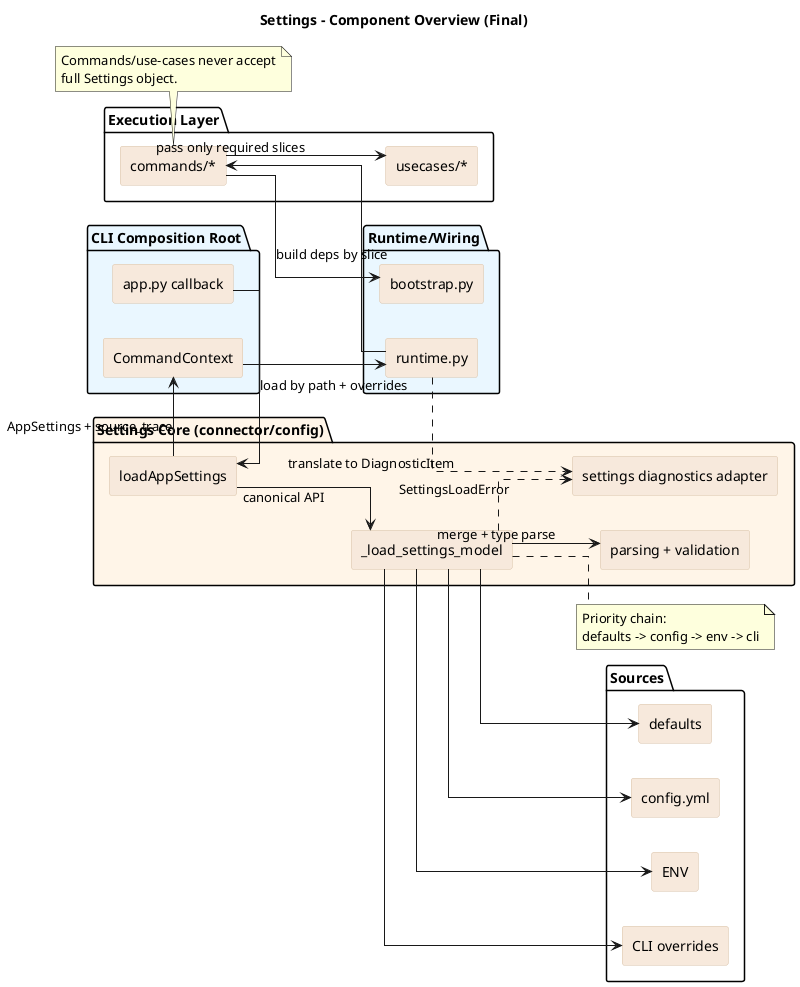
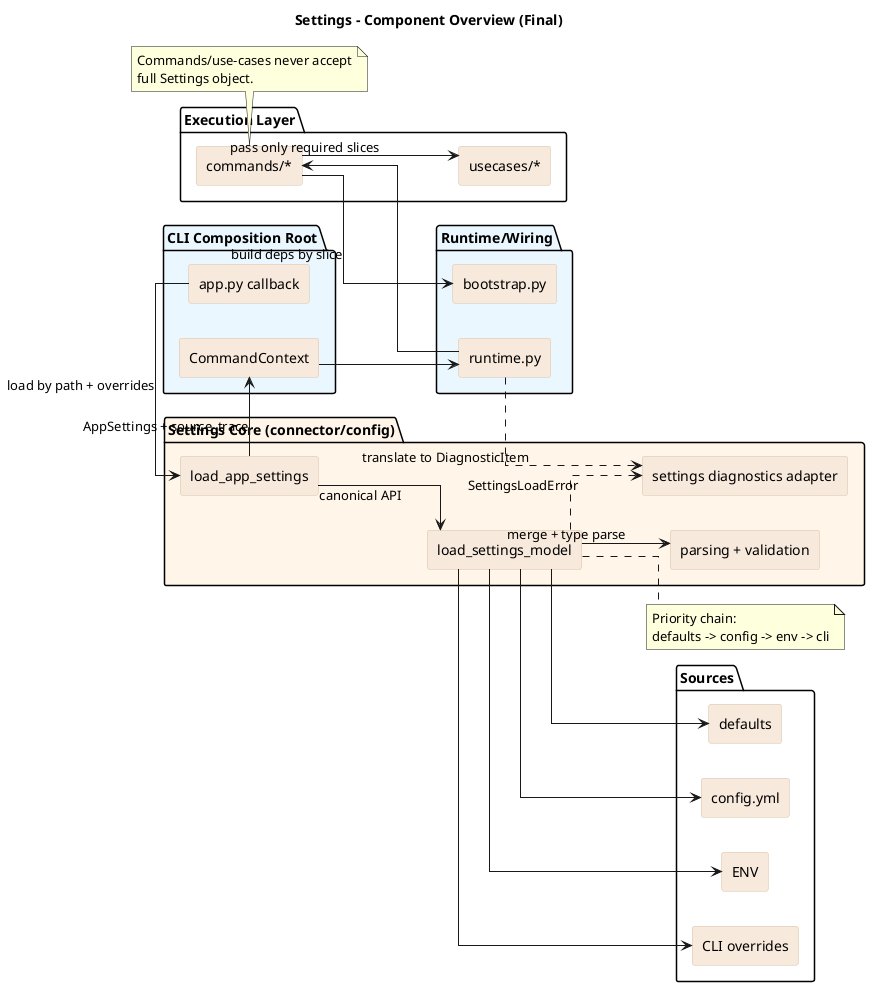
@startuml
title Settings - Component Overview (Final)

left to right direction
skinparam backgroundColor white
skinparam componentStyle rectangle
skinparam defaultFontName Arial
skinparam linetype ortho
skinparam component {
  BackgroundColor #f7e9dc
  BorderColor #d9c2a8
}

package "CLI Composition Root" #EAF7FF {
  [app.py callback] as AppMain
  [CommandContext] as CommandCtx
}

package "Settings Core (connector/config)" #FFF5E8 {
-   [loadAppSettings] as LoadApp
-   [_load_settings_model] as LoadModel
+   [load_app_settings] as LoadApp
+   [load_settings_model] as LoadModel
  [parsing + validation] as ParseValidate
  [settings diagnostics adapter] as SettingsDiag
}

package "Sources" {
  [defaults] as Defaults
  [config.yml] as ConfigYml
  [ENV] as Env
  [CLI overrides] as CliOverrides
}

package "Runtime/Wiring" #EAF7FF {
  [runtime.py] as Runtime
  [bootstrap.py] as Bootstrap
}

package "Execution Layer" {
  [commands/*] as Commands
  [usecases/*] as UseCases
}

AppMain --> LoadApp : load by path + overrides
LoadApp --> LoadModel : canonical API
LoadModel --> Defaults
LoadModel --> ConfigYml
LoadModel --> Env
LoadModel --> CliOverrides
LoadModel --> ParseValidate : merge + type parse

LoadApp --> CommandCtx : AppSettings + source_trace
CommandCtx --> Runtime
Runtime --> Commands
Commands --> Bootstrap : build deps by slice
Commands --> UseCases : pass only required slices

LoadModel ..> SettingsDiag : SettingsLoadError
Runtime ..> SettingsDiag : translate to DiagnosticItem

note right of LoadModel
Priority chain:
defaults -> config -> env -> cli
end note

note bottom of Commands
Commands/use-cases never accept
full Settings object.
end note

@enduml
